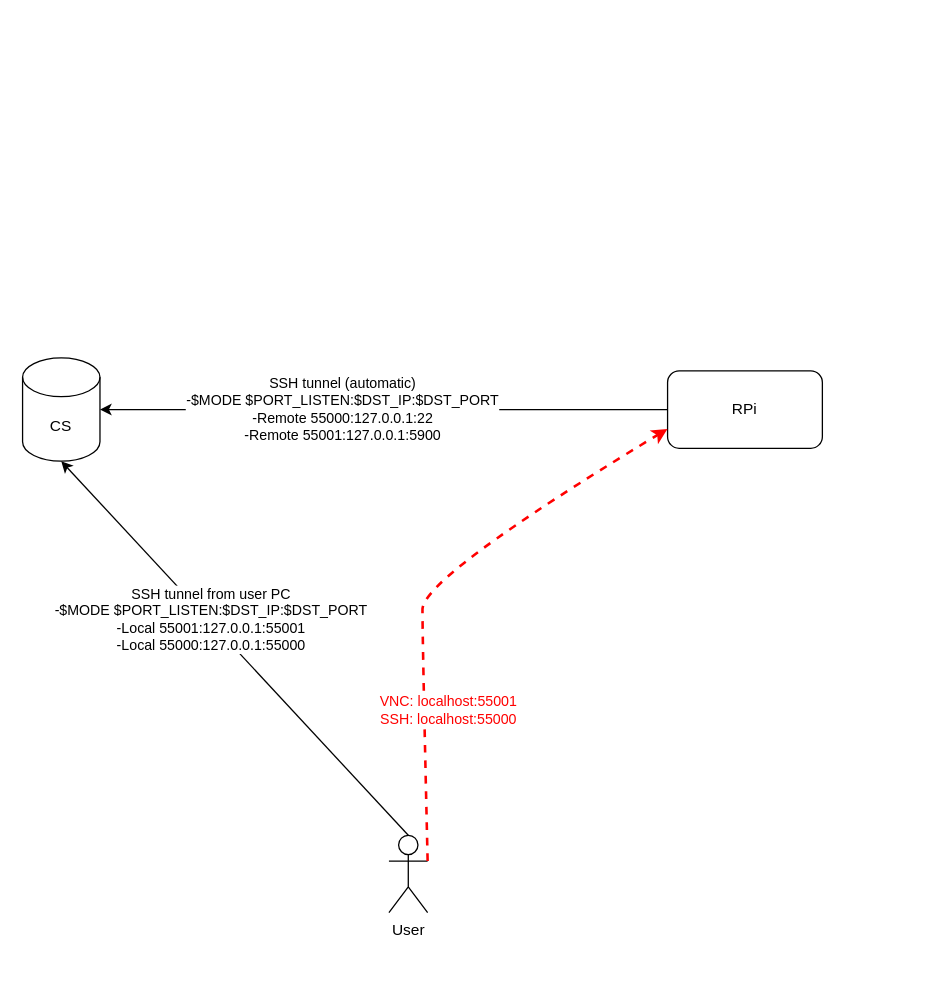
This is CS.drawio from maniac0r/audio, a draw.io file, before an edit. Source tidied: cells renumbered, new cells numbered last; positions are measured from the earlier drawing's top-left corner, leaving out a move shared by most shapes. Both pictures are drawn from the tidied source at 129%, with x=0, y=0 at pixel (22, 357).
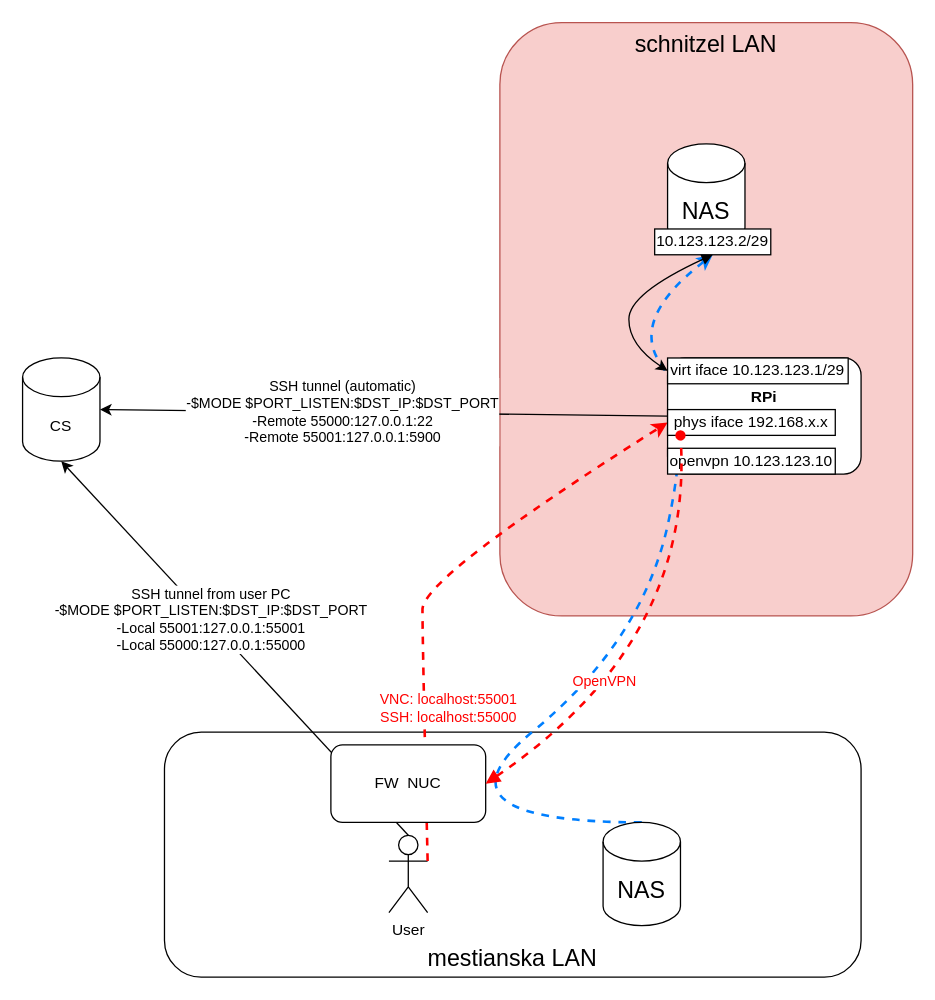
The same diagram, later.

Unchanged cells that the change refers to:
```xml
<mxCell id="2" value="User" style="shape=umlActor;verticalLabelPosition=bottom;verticalAlign=top;html=1;" parent="1" vertex="1">
  <mxGeometry x="284" y="370" width="30" height="60" as="geometry" />
</mxCell>
<mxCell id="3" value="CS" style="shape=cylinder3;whiteSpace=wrap;html=1;boundedLbl=1;backgroundOutline=1;size=15;" parent="1" vertex="1">
  <mxGeometry width="60" height="80" as="geometry" />
</mxCell>
```

The edit, as a diff of the source:
```diff
@@
+    <mxCell id="11" value="&lt;font style=&quot;font-size: 18px;&quot;&gt;mestianska LAN&lt;/font&gt;" style="rounded=1;whiteSpace=wrap;html=1;verticalAlign=bottom;" parent="1" vertex="1">
+      <mxGeometry x="110" y="290" width="540" height="190" as="geometry" />
+    </mxCell>
+    <mxCell id="12" value="&lt;font style=&quot;font-size: 18px;&quot;&gt;schnitzel LAN&lt;/font&gt;" style="rounded=1;whiteSpace=wrap;html=1;fillColor=#f8cecc;strokeColor=#b85450;verticalAlign=top;" parent="1" vertex="1">
+      <mxGeometry x="370" y="-260" width="320" height="460" as="geometry" />
+    </mxCell>
+    <mxCell id="13" style="curved=1;endArrow=classic;html=1;rounded=0;fontSize=12;exitX=0.5;exitY=0;exitDx=0;exitDy=0;exitPerimeter=0;entryX=0.5;entryY=1;entryDx=0;entryDy=0;strokeWidth=2;dashed=1;strokeColor=#007FFF;" parent="1" edge="1" source="23" target="17">
+      <mxGeometry relative="1" as="geometry">
+        <Array as="points">
+          <mxPoint x="310" y="360" />
+          <mxPoint x="480" y="220" />
+          <mxPoint x="520" y="40" />
+          <mxPoint x="470" y="-30" />
+        </Array>
+      </mxGeometry>
+    </mxCell>
@@
-    <mxCell id="4" value="RPi" style="rounded=1;whiteSpace=wrap;html=1;" parent="1" vertex="1">
-      <mxGeometry x="500" y="10" width="120" height="60" as="geometry" />
+    <mxCell id="4" value="&lt;b&gt;RPi&lt;br&gt;&lt;br&gt;&lt;br&gt;&lt;/b&gt;" style="rounded=1;whiteSpace=wrap;html=1;" parent="1" vertex="1">
+      <mxGeometry x="500" width="150" height="90" as="geometry" />
     </mxCell>
-    <mxCell id="5" style="endArrow=classic;html=1;entryX=1;entryY=0.5;entryDx=0;entryDy=0;entryPerimeter=0;exitX=0;exitY=0.5;exitDx=0;exitDy=0;" parent="1" edge="1" source="4" target="3">
+    <mxCell id="5" style="endArrow=classic;html=1;entryX=1;entryY=0.5;entryDx=0;entryDy=0;entryPerimeter=0;exitX=0;exitY=0.25;exitDx=0;exitDy=0;" parent="1" edge="1" source="16" target="3">
       <mxGeometry relative="1" as="geometry" />
     </mxCell>
@@
-    <mxCell id="9" style="curved=1;endArrow=classic;html=1;exitX=1;exitY=0.3333333333333333;exitDx=0;exitDy=0;exitPerimeter=0;entryX=0;entryY=0.75;entryDx=0;entryDy=0;dashed=1;strokeWidth=2;fillColor=#f8cecc;strokeColor=#FF0000;" parent="1" edge="1" source="2" target="4">
+    <mxCell id="9" style="curved=1;endArrow=classic;html=1;exitX=1;exitY=0.3333333333333333;exitDx=0;exitDy=0;exitPerimeter=0;entryX=0;entryY=0.5;entryDx=0;entryDy=0;dashed=1;strokeWidth=2;fillColor=#f8cecc;strokeColor=#FF0000;" parent="1" edge="1" source="2" target="16">
       <mxGeometry relative="1" as="geometry">
         <Array as="points">
           <mxPoint x="310" y="220" />
           <mxPoint x="310" y="170" />
         </Array>
       </mxGeometry>
     </mxCell>
@@
+    <mxCell id="14" value="virt iface 10.123.123.1/29" style="rounded=0;whiteSpace=wrap;html=1;" parent="1" vertex="1">
+      <mxGeometry x="500" width="140" height="20" as="geometry" />
+    </mxCell>
+    <mxCell id="15" value="NAS" style="shape=cylinder3;whiteSpace=wrap;html=1;boundedLbl=1;backgroundOutline=1;size=15;fontSize=18;" parent="1" vertex="1">
+      <mxGeometry x="500" y="-166" width="60" height="80" as="geometry" />
+    </mxCell>
+    <mxCell id="16" value="phys iface 192.168.x.x" style="rounded=0;whiteSpace=wrap;html=1;" parent="1" vertex="1">
+      <mxGeometry x="500" y="40" width="130" height="20" as="geometry" />
+    </mxCell>
+    <mxCell id="17" value="10.123.123.2/29" style="rounded=0;whiteSpace=wrap;html=1;fontSize=12;" parent="1" vertex="1">
+      <mxGeometry x="490" y="-100" width="90" height="20" as="geometry" />
+    </mxCell>
+    <mxCell id="18" style="curved=1;endArrow=classic;html=1;rounded=0;fontSize=18;entryX=0;entryY=0.5;entryDx=0;entryDy=0;exitX=0.5;exitY=1;exitDx=0;exitDy=0;startArrow=block;startFill=1;" parent="1" edge="1" source="17" target="14">
+      <mxGeometry relative="1" as="geometry">
+        <Array as="points">
+          <mxPoint x="470" y="-50" />
+          <mxPoint x="470" y="-10" />
+        </Array>
+      </mxGeometry>
+    </mxCell>
+    <mxCell id="19" value="FW &amp;nbsp;NUC" style="rounded=1;whiteSpace=wrap;html=1;fontSize=12;" parent="1" vertex="1">
+      <mxGeometry x="239" y="300" width="120" height="60" as="geometry" />
+    </mxCell>
+    <mxCell id="20" value="openvpn 10.123.123.10" style="rounded=0;whiteSpace=wrap;html=1;" parent="1" vertex="1">
+      <mxGeometry x="500" y="70" width="130" height="20" as="geometry" />
+    </mxCell>
+    <mxCell id="21" style="curved=1;endArrow=oval;html=1;exitX=1;exitY=0.5;exitDx=0;exitDy=0;entryX=0;entryY=0.5;entryDx=0;entryDy=0;dashed=1;strokeWidth=2;fillColor=#f8cecc;strokeColor=#FF0000;startArrow=block;startFill=1;endFill=1;" parent="1" edge="1" source="19">
+      <mxGeometry relative="1" as="geometry">
+        <mxPoint x="510" y="60" as="targetPoint" />
+        <Array as="points">
+          <mxPoint x="520" y="220" />
+        </Array>
+      </mxGeometry>
+    </mxCell>
+    <mxCell id="22" value="&lt;font color=&quot;#ff0000&quot;&gt;&lt;span style=&quot;caret-color: rgb(255, 0, 0);&quot;&gt;OpenVPN&lt;/span&gt;&lt;/font&gt;" style="edgeLabel;html=1;align=center;verticalAlign=middle;" parent="21" vertex="1">
+      <mxGeometry x="-0.27" y="-2" relative="1" as="geometry">
+        <mxPoint x="-17" y="-8" as="offset" />
+      </mxGeometry>
+    </mxCell>
+    <mxCell id="23" value="NAS" style="shape=cylinder3;whiteSpace=wrap;html=1;boundedLbl=1;backgroundOutline=1;size=15;fontSize=18;" parent="1" vertex="1">
+      <mxGeometry x="450" y="360" width="60" height="80" as="geometry" />
+    </mxCell>
```
